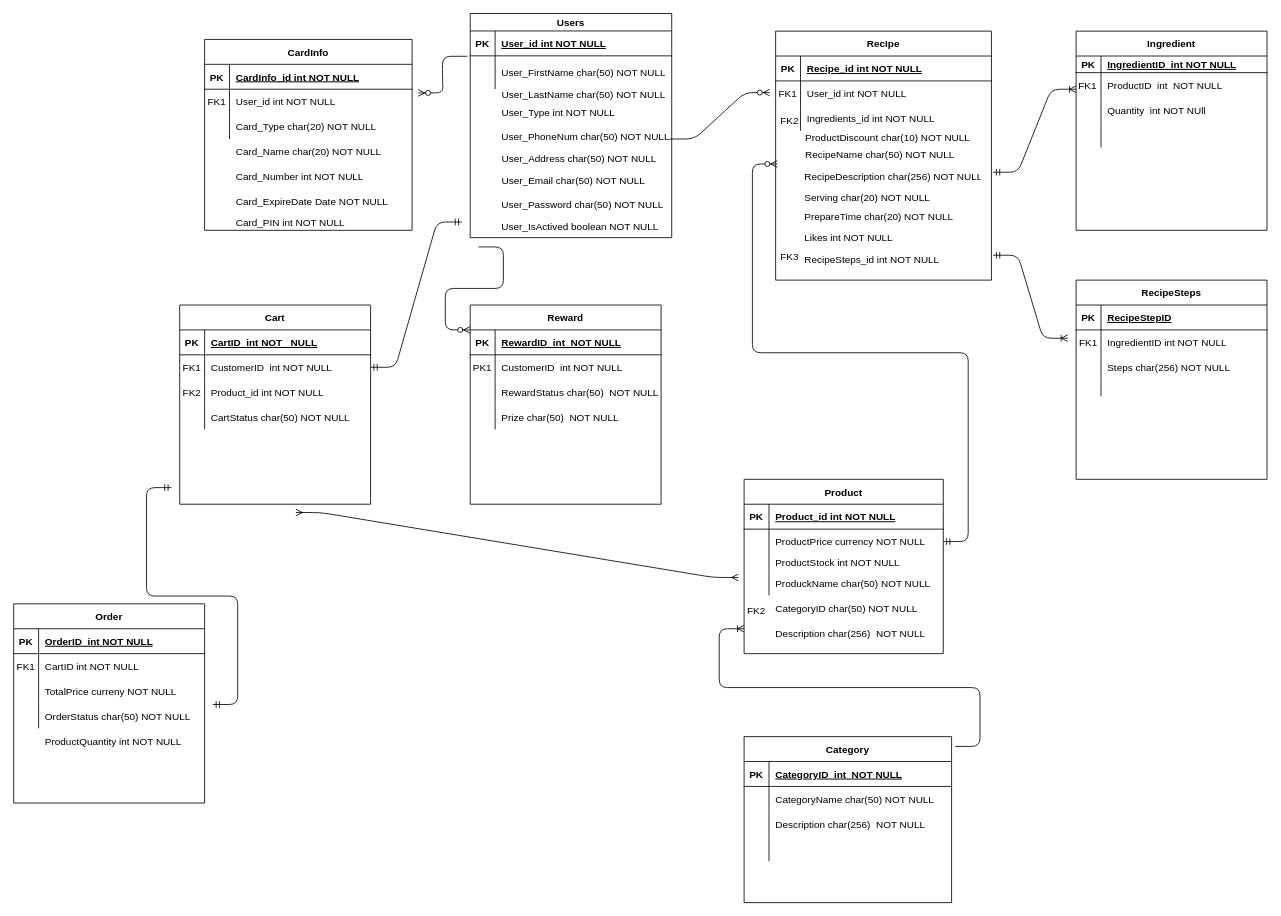
This is page "Page-1" (1 of 2) of ERD.drawio from Wavergg/721SoftwareEngineering, a draw.io file, before an edit. Source tidied: cells renumbered, new cells numbered last; positions are measured from the earlier drawing's top-left corner, leaving out a move shared by most shapes. Both pictures are drawn from the tidied source at 83%, with x=0, y=0 at pixel (13, 13).
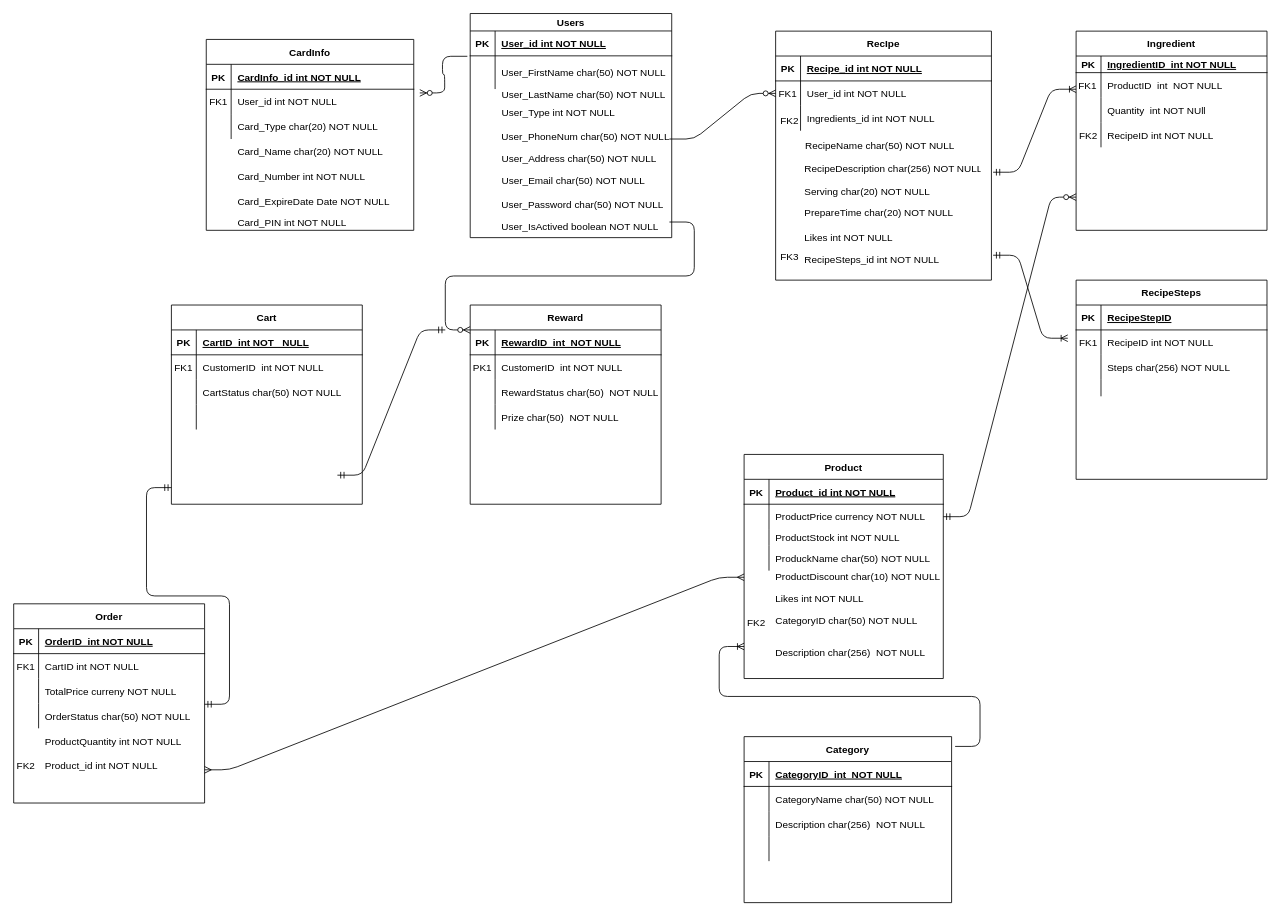
The same diagram, later.

The change refers to these unchanged cells:
```xml
<mxCell id="24" style="shape=partialRectangle;fillColor=none;top=0;left=0;bottom=0;right=0;points=[[0,0.5],[1,0.5]];portConstraint=eastwest;" parent="20" vertex="1">
  <mxGeometry y="60" width="240" height="30" as="geometry" />
</mxCell>
<mxCell id="30" style="shape=partialRectangle;fillColor=none;top=0;left=0;bottom=0;right=0;points=[[0,0.5],[1,0.5]];portConstraint=eastwest;" parent="20" vertex="1">
  <mxGeometry y="110" width="240" height="30" as="geometry" />
</mxCell>
<mxCell id="49" style="shape=partialRectangle;fillColor=none;top=0;left=0;bottom=0;right=0;points=[[0,0.5],[1,0.5]];portConstraint=eastwest;" parent="39" vertex="1">
  <mxGeometry y="120" width="230" height="30" as="geometry" />
</mxCell>
<mxCell id="62" style="shape=partialRectangle;fillColor=none;top=0;left=0;bottom=0;right=0;" parent="52" vertex="1">
  <mxGeometry y="110" width="230" height="30" as="geometry" />
</mxCell>
<mxCell id="69" style="shape=partialRectangle;fillColor=none;top=0;left=0;bottom=0;right=0;" parent="65" vertex="1">
  <mxGeometry y="60" width="230" height="30" as="geometry" />
</mxCell>
<mxCell id="134" style="shape=partialRectangle;fillColor=none;points=[[0,0.5],[1,0.5]];portConstraint=eastwest;top=0;left=0;right=0;bottom=0;" parent="130" vertex="1">
  <mxGeometry y="60" width="260" height="30" as="geometry" />
</mxCell>
<mxCell id="149" value="Category" style="shape=table;startSize=30;childLayout=tableLayout;rowLines=0;fontStyle=1;align=center;" parent="1" vertex="1">
  <mxGeometry x="880" y="871" width="250" height="200" as="geometry" />
</mxCell>
```

The edit, as a diff of the source:
```diff
@@
     <mxCell id="2" style="group;" parent="1" vertex="1">
-      <mxGeometry x="230" y="31" width="250" height="240" as="geometry" />
+      <mxGeometry x="232" y="31" width="250" height="240" as="geometry" />
     </mxCell>
@@
-    <mxCell id="17" style="edgeStyle=entityRelationEdgeStyle;fontSize=12;html=1;endArrow=ERzeroToMany;endFill=1;entryX=-0.027;entryY=0.467;entryDx=0;entryDy=0;entryPerimeter=0;" parent="1" edge="1" target="134">
+    <mxCell id="17" style="edgeStyle=entityRelationEdgeStyle;fontSize=12;html=1;endArrow=ERzeroToMany;endFill=1;entryX=0;entryY=0.5;entryDx=0;entryDy=0;" parent="1" edge="1" target="134">
       <mxGeometry relative="1" as="geometry">
         <mxPoint x="790" y="151" as="sourcePoint" />
       </mxGeometry>
     </mxCell>
     <mxCell id="18" style="edgeStyle=entityRelationEdgeStyle;fontSize=12;html=1;endArrow=ERzeroToMany;startArrow=ERmandOne;exitX=1;exitY=0.5;exitDx=0;exitDy=0;" parent="1" edge="1" source="24">
       <mxGeometry relative="1" as="geometry">
-        <mxPoint x="920" y="181" as="targetPoint" />
+        <mxPoint x="1280" y="221" as="targetPoint" />
       </mxGeometry>
     </mxCell>
     <mxCell id="19" style="group;" parent="1" vertex="1">
-      <mxGeometry x="880" y="561" width="240" height="210" as="geometry" />
+      <mxGeometry x="880" y="531" width="270" height="270" as="geometry" />
     </mxCell>
     <mxCell id="20" value="Product" style="shape=table;startSize=30;childLayout=tableLayout;rowLines=0;fontStyle=1;align=center;" parent="19" vertex="1">
-      <mxGeometry width="240" height="210" as="geometry" />
+      <mxGeometry width="240" height="270" as="geometry" />
     </mxCell>
@@
     <mxCell id="33" value="CategoryID char(50) NOT NULL" style="shape=partialRectangle;fillColor=none;top=0;left=0;bottom=0;right=0;align=left;spacingLeft=6;overflow=hidden;" parent="19" vertex="1">
-      <mxGeometry x="30" y="140" width="210" height="30" as="geometry" />
+      <mxGeometry x="30" y="180" width="210" height="38.6" as="geometry" />
     </mxCell>
     <mxCell id="34" value="Description char(256)  NOT NULL" style="shape=partialRectangle;fillColor=none;top=0;left=0;bottom=0;right=0;align=left;spacingLeft=6;overflow=hidden;" parent="19" vertex="1">
-      <mxGeometry x="30" y="170" width="210" height="30" as="geometry" />
+      <mxGeometry x="30" y="218.6" width="210" height="38.6" as="geometry" />
     </mxCell>
     <mxCell id="35" style="shape=partialRectangle;overflow=hidden;fillColor=none;top=0;left=0;bottom=0;right=0;" parent="19" vertex="1">
-      <mxGeometry y="170" width="30" height="34.6" as="geometry" />
+      <mxGeometry y="218.6" width="30" height="44.5" as="geometry" />
     </mxCell>
     <mxCell id="36" value="FK2" style="shape=partialRectangle;overflow=hidden;fillColor=none;top=0;left=0;bottom=0;right=0;" parent="19" vertex="1">
-      <mxGeometry y="140" width="30" height="34.6" as="geometry" />
+      <mxGeometry y="180" width="30" height="44.5" as="geometry" />
     </mxCell>
     <mxCell id="37" style="edgeStyle=entityRelationEdgeStyle;fontSize=12;html=1;endArrow=ERoneToMany;exitX=1.017;exitY=0.059;exitDx=0;exitDy=0;exitPerimeter=0;" parent="19" edge="1" source="149">
       <mxGeometry relative="1" as="geometry">
-        <mxPoint y="180" as="targetPoint" />
+        <mxPoint y="231.4" as="targetPoint" />
       </mxGeometry>
     </mxCell>
+    <mxCell id="148" value="ProductDiscount char(10) NOT NULL" style="shape=partialRectangle;overflow=hidden;fillColor=none;top=0;left=0;bottom=0;right=0;align=left;spacingLeft=6;" parent="19" vertex="1">
+      <mxGeometry x="30" y="130" width="240" height="34.6" as="geometry" />
+    </mxCell>
+    <mxCell id="163" value="Likes int NOT NULL" style="shape=partialRectangle;overflow=hidden;fillColor=none;top=0;left=0;bottom=0;right=0;align=left;spacingLeft=6;" parent="19" vertex="1">
+      <mxGeometry x="30" y="156" width="220" height="34.6" as="geometry" />
+    </mxCell>
@@
-    <mxCell id="63" style="shape=partialRectangle;fillColor=none;top=0;left=0;bottom=0;right=0;overflow=hidden;" parent="62" vertex="1">
+    <mxCell id="63" value="FK2" style="shape=partialRectangle;fillColor=none;top=0;left=0;bottom=0;right=0;overflow=hidden;" parent="62" vertex="1">
       <mxGeometry width="30" height="30" as="geometry" />
     </mxCell>
@@
-    <mxCell id="71" value="IngredientID int NOT NULL" style="shape=partialRectangle;fillColor=none;top=0;left=0;bottom=0;right=0;align=left;spacingLeft=6;overflow=hidden;" parent="69" vertex="1">
+    <mxCell id="71" value="RecipeID int NOT NULL" style="shape=partialRectangle;fillColor=none;top=0;left=0;bottom=0;right=0;align=left;spacingLeft=6;overflow=hidden;" parent="69" vertex="1">
       <mxGeometry x="30" width="200" height="30" as="geometry" />
     </mxCell>
@@
     <mxCell id="84" style="edgeStyle=entityRelationEdgeStyle;fontSize=12;html=1;endArrow=ERzeroToMany;endFill=1;" parent="1" edge="1">
       <mxGeometry relative="1" as="geometry">
-        <mxPoint x="560" y="281" as="sourcePoint" />
+        <mxPoint x="790" y="251" as="sourcePoint" />
         <mxPoint x="550" y="381" as="targetPoint" />
       </mxGeometry>
     </mxCell>
@@
     <mxCell id="98" value="Cart" style="shape=table;startSize=30;childLayout=tableLayout;rowLines=0;fontStyle=1;align=center;" parent="1" vertex="1">
-      <mxGeometry x="200" y="351" width="230" height="240" as="geometry" />
+      <mxGeometry x="190" y="351" width="230" height="240" as="geometry" />
     </mxCell>
@@
+    <mxCell id="108" style="shape=partialRectangle;fillColor=none;top=0;left=0;bottom=0;right=0;" parent="98" vertex="1">
+      <mxGeometry y="90" width="230" height="30" as="geometry" />
+    </mxCell>
+    <mxCell id="109" style="shape=partialRectangle;fillColor=none;top=0;left=0;bottom=0;right=0;overflow=hidden;" parent="108" vertex="1">
+      <mxGeometry width="30" height="30" as="geometry" />
+    </mxCell>
+    <mxCell id="110" value="CartStatus char(50) NOT NULL" style="shape=partialRectangle;fillColor=none;top=0;left=0;bottom=0;right=0;align=left;spacingLeft=6;overflow=hidden;" parent="108" vertex="1">
+      <mxGeometry x="30" width="200" height="30" as="geometry" />
+    </mxCell>
     <mxCell id="105" style="shape=partialRectangle;fillColor=none;top=0;left=0;bottom=0;right=0;" parent="98" vertex="1">
-      <mxGeometry y="90" width="230" height="30" as="geometry" />
+      <mxGeometry y="120" width="230" height="30" as="geometry" />
     </mxCell>
@@
-    <mxCell id="107" value="Product_id int NOT NULL" style="shape=partialRectangle;fillColor=none;top=0;left=0;bottom=0;right=0;align=left;spacingLeft=6;overflow=hidden;" parent="105" vertex="1">
+    <mxCell id="107" style="shape=partialRectangle;fillColor=none;top=0;left=0;bottom=0;right=0;align=left;spacingLeft=6;overflow=hidden;" parent="105" vertex="1">
       <mxGeometry x="30" width="200" height="30" as="geometry" />
     </mxCell>
-    <mxCell id="108" style="shape=partialRectangle;fillColor=none;top=0;left=0;bottom=0;right=0;" parent="98" vertex="1">
-      <mxGeometry y="120" width="230" height="30" as="geometry" />
-    </mxCell>
-    <mxCell id="109" style="shape=partialRectangle;fillColor=none;top=0;left=0;bottom=0;right=0;overflow=hidden;" parent="108" vertex="1">
-      <mxGeometry width="30" height="30" as="geometry" />
-    </mxCell>
-    <mxCell id="110" value="CartStatus char(50) NOT NULL" style="shape=partialRectangle;fillColor=none;top=0;left=0;bottom=0;right=0;align=left;spacingLeft=6;overflow=hidden;" parent="108" vertex="1">
-      <mxGeometry x="30" width="200" height="30" as="geometry" />
-    </mxCell>
-    <mxCell id="111" value="FK2" style="shape=partialRectangle;fillColor=none;top=0;left=0;bottom=0;right=0;overflow=hidden;" parent="1" vertex="1">
-      <mxGeometry x="200" y="441" width="30" height="30" as="geometry" />
-    </mxCell>
     <mxCell id="112" style="edgeStyle=entityRelationEdgeStyle;fontSize=12;html=1;endArrow=ERmandOne;startArrow=ERmandOne;" parent="1" edge="1">
       <mxGeometry relative="1" as="geometry">
-        <mxPoint x="430" y="426" as="sourcePoint" />
-        <mxPoint x="540" y="251" as="targetPoint" />
+        <mxPoint x="390" y="556" as="sourcePoint" />
+        <mxPoint x="520" y="381" as="targetPoint" />
       </mxGeometry>
     </mxCell>
-    <mxCell id="113" style="edgeStyle=entityRelationEdgeStyle;fontSize=12;html=1;endArrow=ERmandOne;startArrow=ERmandOne;exitX=1.043;exitY=0.043;exitDx=0;exitDy=0;exitPerimeter=0;" parent="1" edge="1" source="49">
+    <mxCell id="113" style="edgeStyle=entityRelationEdgeStyle;fontSize=12;html=1;endArrow=ERmandOne;startArrow=ERmandOne;" parent="1" edge="1">
       <mxGeometry relative="1" as="geometry">
+        <mxPoint x="230" y="832" as="sourcePoint" />
         <mxPoint x="190" y="571" as="targetPoint" />
       </mxGeometry>
     </mxCell>
-    <mxCell id="114" style="edgeStyle=entityRelationEdgeStyle;fontSize=12;html=1;endArrow=ERmany;startArrow=ERmany;entryX=-0.029;entryY=0.275;entryDx=0;entryDy=0;entryPerimeter=0;" parent="1" edge="1" target="30">
+    <mxCell id="114" style="edgeStyle=entityRelationEdgeStyle;fontSize=12;html=1;endArrow=ERmany;startArrow=ERmany;" parent="1" edge="1">
       <mxGeometry relative="1" as="geometry">
-        <mxPoint x="340" y="601" as="sourcePoint" />
+        <mxPoint x="230" y="911" as="sourcePoint" />
+        <mxPoint x="880" y="679" as="targetPoint" />
       </mxGeometry>
     </mxCell>
@@
     <mxCell id="140" value="RecipeDescription char(256) NOT NULL" style="shape=partialRectangle;overflow=hidden;fillColor=none;top=0;left=0;bottom=0;right=0;align=left;spacingLeft=6;" parent="1" vertex="1">
-      <mxGeometry x="945" y="184" width="220" height="23.1" as="geometry" />
+      <mxGeometry x="945" y="175" width="220" height="23.1" as="geometry" />
     </mxCell>
     <mxCell id="141" value="Serving char(20) NOT NULL" style="shape=partialRectangle;overflow=hidden;fillColor=none;top=0;left=0;bottom=0;right=0;align=left;spacingLeft=6;" parent="1" vertex="1">
-      <mxGeometry x="945" y="203.7" width="220" height="34.6" as="geometry" />
+      <mxGeometry x="945" y="196.7" width="220" height="34.6" as="geometry" />
     </mxCell>
     <mxCell id="142" value="PrepareTime char(20) NOT NULL" style="shape=partialRectangle;overflow=hidden;fillColor=none;top=0;left=0;bottom=0;right=0;align=left;spacingLeft=6;" parent="1" vertex="1">
-      <mxGeometry x="945" y="227" width="220" height="34.6" as="geometry" />
+      <mxGeometry x="945" y="222" width="220" height="34.6" as="geometry" />
     </mxCell>
     <mxCell id="143" value="RecipeName char(50) NOT NULL" style="shape=partialRectangle;overflow=hidden;fillColor=none;top=0;left=0;bottom=0;right=0;align=left;spacingLeft=6;" parent="1" vertex="1">
-      <mxGeometry x="946" y="152.4" width="240" height="34.6" as="geometry" />
+      <mxGeometry x="946" y="141" width="240" height="34.6" as="geometry" />
     </mxCell>
@@
-    <mxCell id="148" value="ProductDiscount char(10) NOT NULL" style="shape=partialRectangle;overflow=hidden;fillColor=none;top=0;left=0;bottom=0;right=0;align=left;spacingLeft=6;" parent="1" vertex="1">
-      <mxGeometry x="946" y="132" width="240" height="34.6" as="geometry" />
-    </mxCell>
@@
+    <mxCell id="164" value="Product_id int NOT NULL" style="shape=partialRectangle;fillColor=none;top=0;left=0;bottom=0;right=0;align=left;spacingLeft=6;overflow=hidden;" parent="1" vertex="1">
+      <mxGeometry x="30" y="891" width="200" height="30" as="geometry" />
+    </mxCell>
+    <mxCell id="111" value="FK2" style="shape=partialRectangle;fillColor=none;top=0;left=0;bottom=0;right=0;overflow=hidden;" parent="1" vertex="1">
+      <mxGeometry y="891" width="30" height="30" as="geometry" />
+    </mxCell>
+    <mxCell id="165" value="RecipeID int NOT NULL" style="shape=partialRectangle;fillColor=none;top=0;left=0;bottom=0;right=0;align=left;spacingLeft=6;overflow=hidden;" parent="1" vertex="1">
+      <mxGeometry x="1310" y="131" width="200" height="30" as="geometry" />
+    </mxCell>
```
